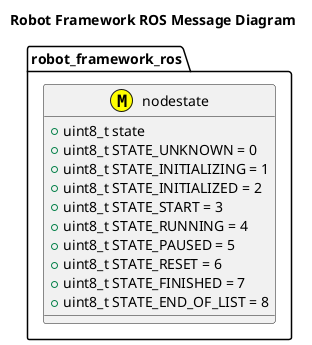
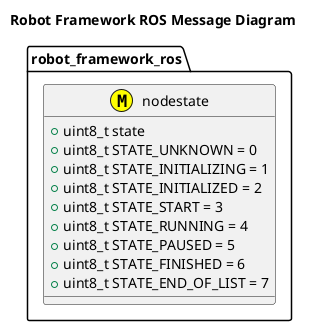
@startuml
title Robot Framework ROS Message Diagram
namespace robot_framework_ros {
    class nodestate <<(M,#FFFF00)>> {
        +uint8_t state
        +uint8_t STATE_UNKNOWN = 0
        +uint8_t STATE_INITIALIZING = 1
        +uint8_t STATE_INITIALIZED = 2
        +uint8_t STATE_START = 3
        +uint8_t STATE_RUNNING = 4
        +uint8_t STATE_PAUSED = 5
-         +uint8_t STATE_RESET = 6
-         +uint8_t STATE_FINISHED = 7
-         +uint8_t STATE_END_OF_LIST = 8
+         +uint8_t STATE_FINISHED = 6
+         +uint8_t STATE_END_OF_LIST = 7
    }
}
@enduml